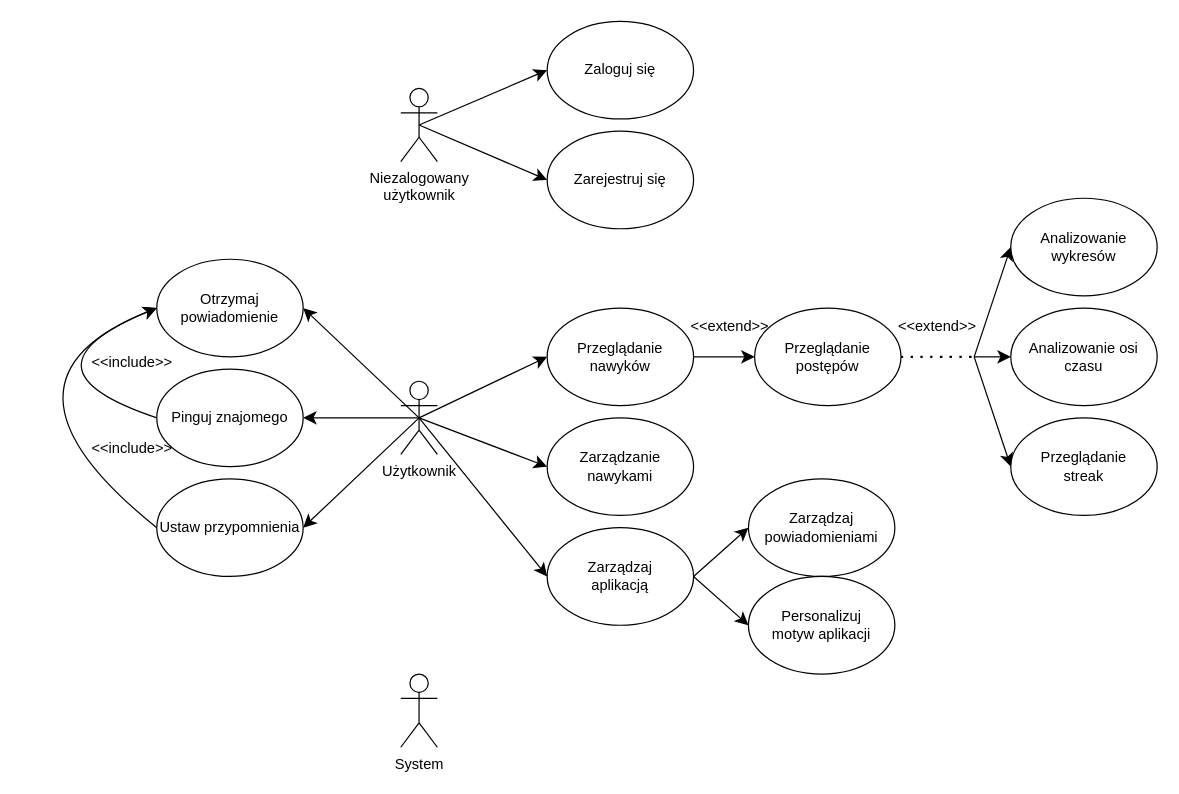
This is lab04-05/resources/Untitled Diagram.drawio from Revilllo7/analysis-and-design-of-IT-systems-class, a draw.io file, before an edit. Source tidied: cells renumbered, new cells numbered last; positions are measured from the earlier drawing's top-left corner, leaving out a move shared by most shapes. Both pictures are drawn from the tidied source at 122%, with x=0, y=0 at pixel (-27, 21).
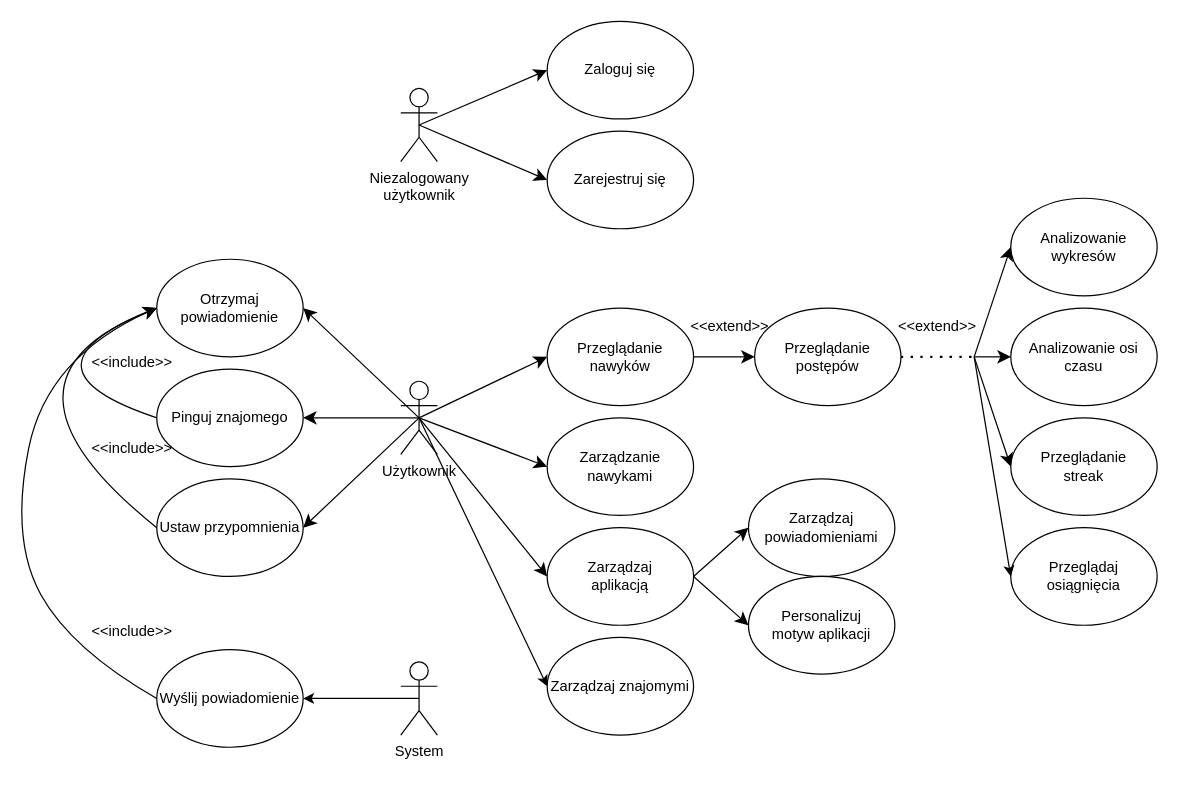
After the change.

Unchanged cells that the change refers to:
```xml
<mxCell id="8" value="Użytkownik" style="shape=umlActor;verticalLabelPosition=bottom;verticalAlign=top;html=1;outlineConnect=0;" parent="1" vertex="1">
  <mxGeometry x="350" y="295" width="30" height="60" as="geometry" />
</mxCell>
```

The edit, as a diff of the source:
```diff
@@
+    <mxCell id="40" style="edgeStyle=orthogonalEdgeStyle;rounded=0;jettySize=auto;html=1;exitX=0.5;exitY=0.5;exitDx=0;exitDy=0;exitPerimeter=0;entryX=1;entryY=0.5;entryDx=0;entryDy=0;" parent="1" edge="1" source="34" target="41">
+      <mxGeometry relative="1" as="geometry" />
+    </mxCell>
     <mxCell id="34" value="System" style="shape=umlActor;verticalLabelPosition=bottom;verticalAlign=top;html=1;outlineConnect=0;" parent="1" vertex="1">
-      <mxGeometry x="350" y="535" width="30" height="60" as="geometry" />
+      <mxGeometry x="350" y="525" width="30" height="60" as="geometry" />
     </mxCell>
@@
+    <mxCell id="41" value="Wyślij powiadomienie" style="ellipse;whiteSpace=wrap;html=1;" parent="1" vertex="1">
+      <mxGeometry x="150" y="515" width="120" height="80" as="geometry" />
+    </mxCell>
+    <mxCell id="42" value="&amp;lt;&amp;lt;include&amp;gt;&amp;gt;" style="text;html=1;whiteSpace=wrap;strokeColor=none;fillColor=none;align=center;verticalAlign=middle;rounded=0;" parent="1" vertex="1">
+      <mxGeometry x="100" y="485" width="60" height="30" as="geometry" />
+    </mxCell>
+    <mxCell id="43" value="&lt;div&gt;Zarządzaj znajomymi&lt;/div&gt;" style="ellipse;whiteSpace=wrap;html=1;" parent="1" vertex="1">
+      <mxGeometry x="470" y="505" width="120" height="80" as="geometry" />
+    </mxCell>
+    <mxCell id="44" style="endArrow=classic;html=1;rounded=0;exitX=0.5;exitY=0.5;exitDx=0;exitDy=0;exitPerimeter=0;entryX=0;entryY=0.5;entryDx=0;entryDy=0;" parent="1" edge="1" source="8" target="43">
+      <mxGeometry relative="1" as="geometry" />
+    </mxCell>
+    <mxCell id="45" style="curved=1;endArrow=classic;html=1;rounded=0;exitX=0;exitY=0.5;exitDx=0;exitDy=0;" parent="1" edge="1" source="41">
+      <mxGeometry relative="1" as="geometry">
+        <mxPoint x="150" y="235" as="targetPoint" />
+        <Array as="points">
+          <mxPoint x="80" y="515" />
+          <mxPoint x="30" y="425" />
+          <mxPoint x="60" y="275" />
+        </Array>
+      </mxGeometry>
+    </mxCell>
+    <mxCell id="46" value="&lt;div&gt;Przeglądaj osiągnięcia&lt;/div&gt;" style="ellipse;whiteSpace=wrap;html=1;" parent="1" vertex="1">
+      <mxGeometry x="850" y="415" width="120" height="80" as="geometry" />
+    </mxCell>
+    <mxCell id="47" style="endArrow=classic;html=1;rounded=0;entryX=0;entryY=0.5;entryDx=0;entryDy=0;" parent="1" edge="1" target="46">
+      <mxGeometry relative="1" as="geometry">
+        <mxPoint x="820" y="275" as="sourcePoint" />
+      </mxGeometry>
+    </mxCell>
```
